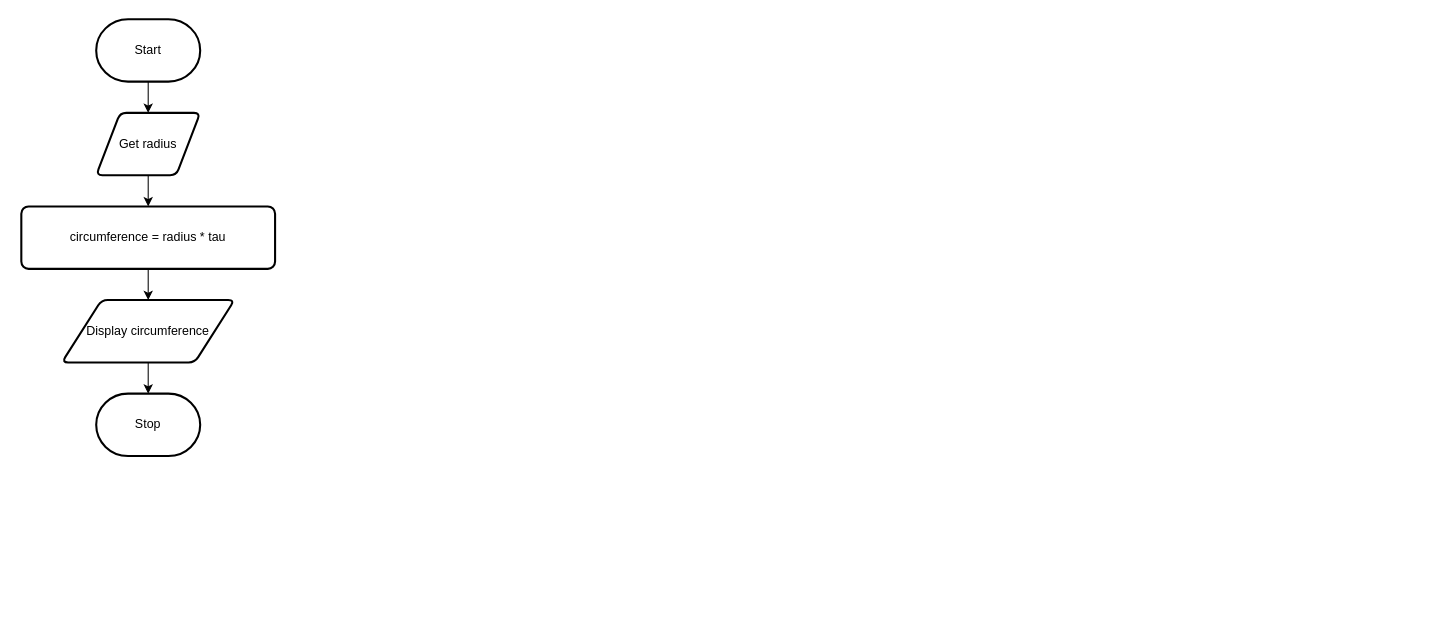
Earlier version of the draw.io diagram design.drawio (Samuel-Webster-178/ICS3U-Unit5-Unit5-03-Python). Source tidied: cells renumbered, new cells numbered last; positions are measured from the earlier drawing's top-left corner, leaving out a move shared by most shapes. Both pictures are drawn from the tidied source at 104%, with x=0, y=0 at pixel (21, 19).
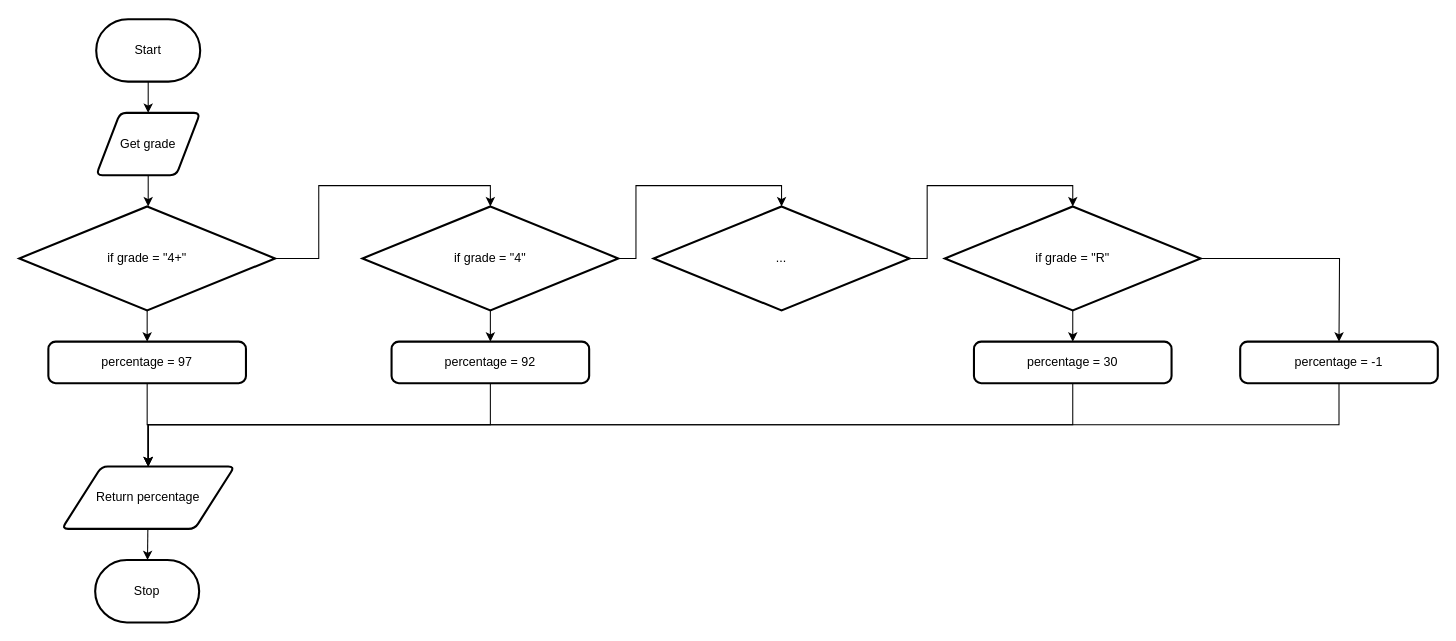
The same diagram, later.

Change to the diagram source:
```diff
@@
-    <mxCell id="4" style="edgeStyle=none;html=1;" parent="1" edge="1" source="5" target="7">
-      <mxGeometry relative="1" as="geometry" />
+    <mxCell id="4" style="edgeStyle=none;html=1;" parent="1" edge="1" source="5">
+      <mxGeometry relative="1" as="geometry">
+        <mxPoint x="122" y="180" as="targetPoint" />
+      </mxGeometry>
     </mxCell>
-    <mxCell id="5" value="Get radius" style="shape=parallelogram;html=1;strokeWidth=2;perimeter=parallelogramPerimeter;whiteSpace=wrap;rounded=1;arcSize=12;size=0.23;" parent="1" vertex="1">
+    <mxCell id="5" value="Get grade" style="shape=parallelogram;html=1;strokeWidth=2;perimeter=parallelogramPerimeter;whiteSpace=wrap;rounded=1;arcSize=12;size=0.23;" parent="1" vertex="1">
       <mxGeometry x="72" y="90" width="100" height="60" as="geometry" />
     </mxCell>
-    <mxCell id="6" style="edgeStyle=none;html=1;" parent="1" edge="1" source="7" target="9">
-      <mxGeometry relative="1" as="geometry" />
-    </mxCell>
-    <mxCell id="7" value="circumference = radius * tau" style="rounded=1;whiteSpace=wrap;html=1;absoluteArcSize=1;arcSize=14;strokeWidth=2;" parent="1" vertex="1">
-      <mxGeometry y="180" width="244" height="60" as="geometry" />
-    </mxCell>
@@
-    <mxCell id="9" value="Display circumference" style="shape=parallelogram;html=1;strokeWidth=2;perimeter=parallelogramPerimeter;whiteSpace=wrap;rounded=1;arcSize=12;size=0.23;" parent="1" vertex="1">
-      <mxGeometry x="39" y="270" width="166" height="60" as="geometry" />
+    <mxCell id="9" value="Return percentage" style="shape=parallelogram;html=1;strokeWidth=2;perimeter=parallelogramPerimeter;whiteSpace=wrap;rounded=1;arcSize=12;size=0.23;" parent="1" vertex="1">
+      <mxGeometry x="39" y="430" width="166" height="60" as="geometry" />
     </mxCell>
     <mxCell id="10" value="Stop" style="strokeWidth=2;html=1;shape=mxgraph.flowchart.terminator;whiteSpace=wrap;" parent="1" vertex="1">
-      <mxGeometry x="72" y="360" width="100" height="60" as="geometry" />
+      <mxGeometry x="71" y="520" width="100" height="60" as="geometry" />
     </mxCell>
+    <mxCell id="11" style="edgeStyle=orthogonalEdgeStyle;html=1;entryX=0.5;entryY=0;entryDx=0;entryDy=0;entryPerimeter=0;rounded=0;" parent="1" edge="1" source="13" target="16">
+      <mxGeometry relative="1" as="geometry">
+        <Array as="points">
+          <mxPoint x="286" y="230" />
+          <mxPoint x="286" y="160" />
+          <mxPoint x="451" y="160" />
+        </Array>
+      </mxGeometry>
+    </mxCell>
+    <mxCell id="12" style="edgeStyle=orthogonalEdgeStyle;rounded=0;html=1;" parent="1" edge="1" source="13" target="23">
+      <mxGeometry relative="1" as="geometry" />
+    </mxCell>
+    <mxCell id="13" value="if grade = &quot;4+&quot;" style="strokeWidth=2;html=1;shape=mxgraph.flowchart.decision;whiteSpace=wrap;" parent="1" vertex="1">
+      <mxGeometry x="-2" y="180" width="246" height="100" as="geometry" />
+    </mxCell>
+    <mxCell id="14" style="edgeStyle=orthogonalEdgeStyle;rounded=0;html=1;entryX=0.5;entryY=0;entryDx=0;entryDy=0;entryPerimeter=0;" parent="1" edge="1" source="16" target="18">
+      <mxGeometry relative="1" as="geometry">
+        <Array as="points">
+          <mxPoint x="591" y="230" />
+          <mxPoint x="591" y="160" />
+          <mxPoint x="731" y="160" />
+        </Array>
+      </mxGeometry>
+    </mxCell>
+    <mxCell id="15" style="edgeStyle=orthogonalEdgeStyle;rounded=0;html=1;" parent="1" edge="1" source="16" target="25">
+      <mxGeometry relative="1" as="geometry" />
+    </mxCell>
+    <mxCell id="16" value="if grade = &quot;4&quot;" style="strokeWidth=2;html=1;shape=mxgraph.flowchart.decision;whiteSpace=wrap;" parent="1" vertex="1">
+      <mxGeometry x="328" y="180" width="246" height="100" as="geometry" />
+    </mxCell>
+    <mxCell id="17" style="edgeStyle=orthogonalEdgeStyle;rounded=0;html=1;entryX=0.5;entryY=0;entryDx=0;entryDy=0;entryPerimeter=0;" parent="1" edge="1" source="18" target="21">
+      <mxGeometry relative="1" as="geometry">
+        <Array as="points">
+          <mxPoint x="871" y="230" />
+          <mxPoint x="871" y="160" />
+          <mxPoint x="1011" y="160" />
+        </Array>
+      </mxGeometry>
+    </mxCell>
+    <mxCell id="18" value="..." style="strokeWidth=2;html=1;shape=mxgraph.flowchart.decision;whiteSpace=wrap;" parent="1" vertex="1">
+      <mxGeometry x="608" y="180" width="246" height="100" as="geometry" />
+    </mxCell>
+    <mxCell id="19" style="edgeStyle=orthogonalEdgeStyle;rounded=0;html=1;" parent="1" edge="1" source="21" target="27">
+      <mxGeometry relative="1" as="geometry" />
+    </mxCell>
+    <mxCell id="20" style="edgeStyle=orthogonalEdgeStyle;rounded=0;html=1;entryX=0.5;entryY=0;entryDx=0;entryDy=0;" parent="1" edge="1" source="21">
+      <mxGeometry relative="1" as="geometry">
+        <mxPoint x="1267" y="310" as="targetPoint" />
+      </mxGeometry>
+    </mxCell>
+    <mxCell id="21" value="if grade = &quot;R&quot;" style="strokeWidth=2;html=1;shape=mxgraph.flowchart.decision;whiteSpace=wrap;" parent="1" vertex="1">
+      <mxGeometry x="888" y="180" width="246" height="100" as="geometry" />
+    </mxCell>
+    <mxCell id="22" style="edgeStyle=orthogonalEdgeStyle;rounded=0;html=1;entryX=0.5;entryY=0;entryDx=0;entryDy=0;" parent="1" edge="1" source="23" target="9">
+      <mxGeometry relative="1" as="geometry" />
+    </mxCell>
+    <mxCell id="23" value="percentage = 97" style="rounded=1;whiteSpace=wrap;html=1;absoluteArcSize=1;arcSize=14;strokeWidth=2;" parent="1" vertex="1">
+      <mxGeometry x="26" y="310" width="190" height="40" as="geometry" />
+    </mxCell>
+    <mxCell id="24" style="edgeStyle=orthogonalEdgeStyle;rounded=0;html=1;entryX=0.5;entryY=0;entryDx=0;entryDy=0;" parent="1" edge="1" source="25" target="9">
+      <mxGeometry relative="1" as="geometry">
+        <Array as="points">
+          <mxPoint x="451" y="390" />
+          <mxPoint x="122" y="390" />
+        </Array>
+      </mxGeometry>
+    </mxCell>
+    <mxCell id="25" value="percentage = 92" style="rounded=1;whiteSpace=wrap;html=1;absoluteArcSize=1;arcSize=14;strokeWidth=2;" parent="1" vertex="1">
+      <mxGeometry x="356" y="310" width="190" height="40" as="geometry" />
+    </mxCell>
+    <mxCell id="26" style="edgeStyle=orthogonalEdgeStyle;rounded=0;html=1;entryX=0.5;entryY=0;entryDx=0;entryDy=0;" parent="1" edge="1" source="27" target="9">
+      <mxGeometry relative="1" as="geometry">
+        <Array as="points">
+          <mxPoint x="1011" y="390" />
+          <mxPoint x="122" y="390" />
+        </Array>
+      </mxGeometry>
+    </mxCell>
+    <mxCell id="27" value="percentage = 30" style="rounded=1;whiteSpace=wrap;html=1;absoluteArcSize=1;arcSize=14;strokeWidth=2;" parent="1" vertex="1">
+      <mxGeometry x="916" y="310" width="190" height="40" as="geometry" />
+    </mxCell>
+    <mxCell id="28" style="edgeStyle=orthogonalEdgeStyle;rounded=0;html=1;entryX=0.5;entryY=0;entryDx=0;entryDy=0;" parent="1" edge="1" source="29" target="9">
+      <mxGeometry relative="1" as="geometry">
+        <Array as="points">
+          <mxPoint x="1267" y="390" />
+          <mxPoint x="122" y="390" />
+        </Array>
+      </mxGeometry>
+    </mxCell>
+    <mxCell id="29" value="percentage = -1" style="rounded=1;whiteSpace=wrap;html=1;absoluteArcSize=1;arcSize=14;strokeWidth=2;" parent="1" vertex="1">
+      <mxGeometry x="1172" y="310" width="190" height="40" as="geometry" />
+    </mxCell>
```
